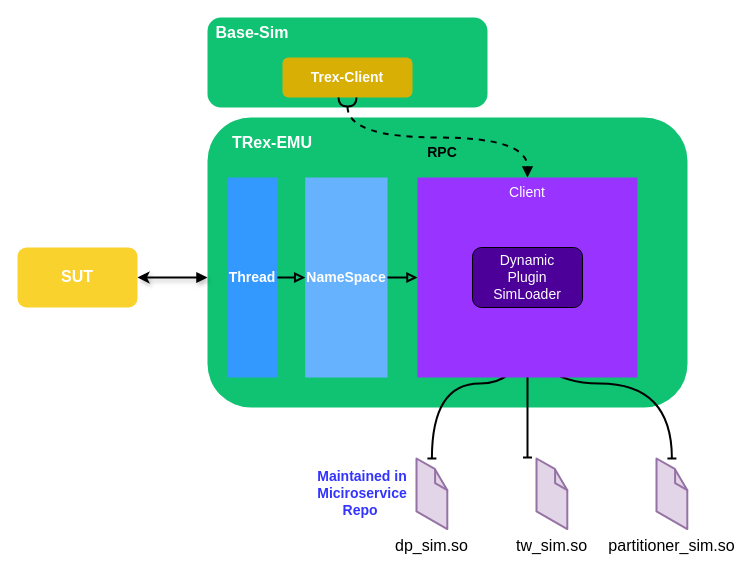
The draw.io diagram page "第 4 页" (4 of 11) of 未命名绘图.drawio in SunLucc/Test, before the edit. Source tidied: cells renumbered, new cells numbered last; positions are measured from the earlier drawing's top-left corner, leaving out a move shared by most shapes. Both pictures are drawn from the tidied source at 100%, with x=0, y=0 at pixel (17, 17).
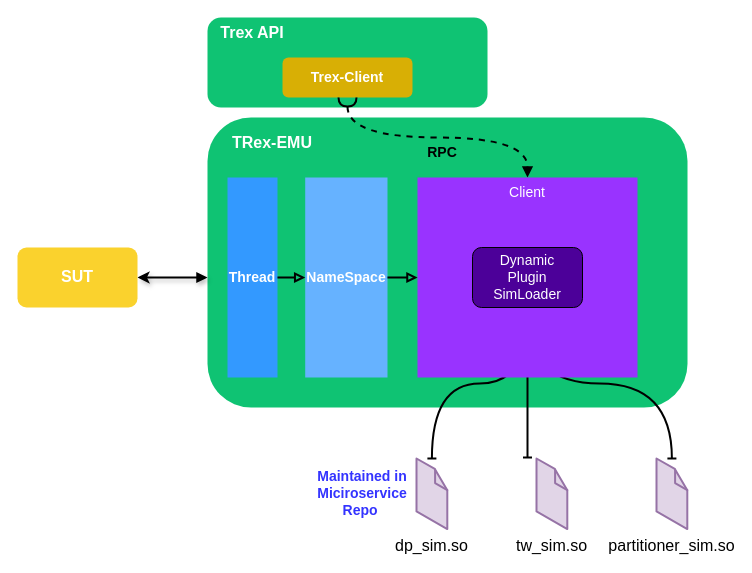
After the change.

Diff of the diagram source:
```diff
@@
-    <mxCell id="12" value="&lt;b style=&quot;border-color: var(--border-color); color: rgb(0, 0, 0); font-size: 16px;&quot;&gt;&lt;font style=&quot;border-color: var(--border-color);&quot; color=&quot;#ffffff&quot;&gt;Base-Sim&lt;/font&gt;&lt;/b&gt;" style="text;html=1;strokeColor=none;fillColor=none;align=center;verticalAlign=middle;whiteSpace=wrap;rounded=0;fontFamily=Helvetica;fontColor=#FFFFFF;" parent="1" vertex="1">
+    <mxCell id="12" value="&lt;b style=&quot;border-color: var(--border-color); color: rgb(0, 0, 0); font-size: 16px;&quot;&gt;&lt;font style=&quot;border-color: var(--border-color);&quot; color=&quot;#ffffff&quot;&gt;Trex API&lt;/font&gt;&lt;/b&gt;" style="text;html=1;strokeColor=none;fillColor=none;align=center;verticalAlign=middle;whiteSpace=wrap;rounded=0;fontFamily=Helvetica;fontColor=#FFFFFF;" parent="1" vertex="1">
       <mxGeometry x="190" width="90" height="30" as="geometry" />
     </mxCell>
```
